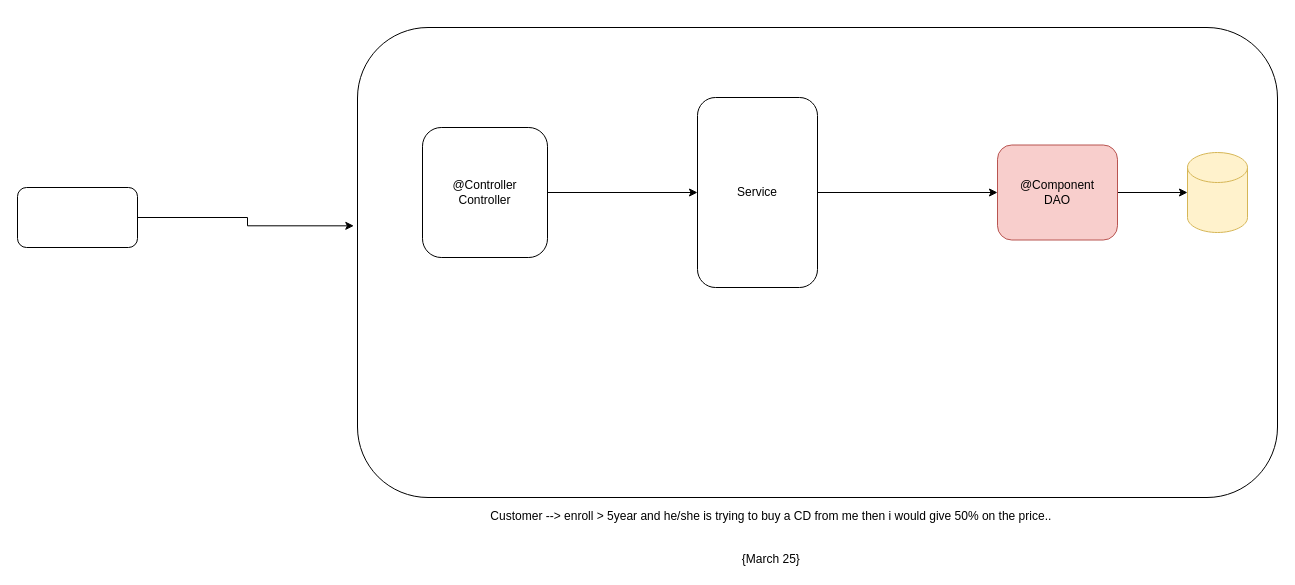
jayramrout/batch35 keeps this draw.io diagram as page "MVC" (11 of 19) of Batch35_Draw.io.drawio. Above is the earlier version. Source tidied: cells renumbered, new cells numbered last; positions are measured from the earlier drawing's top-left corner, leaving out a move shared by most shapes. Both pictures are drawn from the tidied source at 100%, with x=0, y=0 at pixel (17, 27).
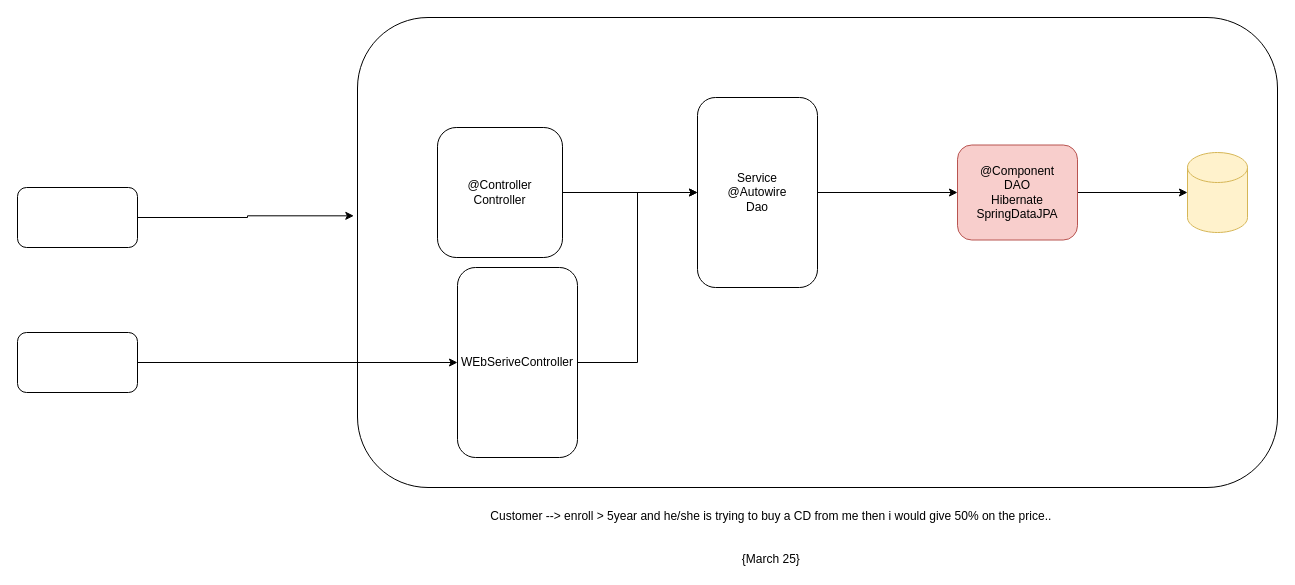
The same diagram, later.

Diff of the diagram source:
```diff
@@
 <mxGraphModel>
   <root>
     <mxCell id="0" />
     <mxCell id="1" parent="0" />
     <mxCell id="2" style="rounded=1;whiteSpace=wrap;html=1;" parent="1" vertex="1">
-      <mxGeometry x="340" width="920" height="470" as="geometry" />
+      <mxGeometry x="340" y="-10" width="920" height="470" as="geometry" />
     </mxCell>
     <mxCell id="3" style="edgeStyle=orthogonalEdgeStyle;rounded=0;jettySize=auto;html=1;entryX=-0.004;entryY=0.422;entryDx=0;entryDy=0;entryPerimeter=0;" parent="1" edge="1" source="4" target="2">
       <mxGeometry relative="1" as="geometry" />
     </mxCell>
     <mxCell id="4" style="rounded=1;whiteSpace=wrap;html=1;" parent="1" vertex="1">
       <mxGeometry y="160" width="120" height="60" as="geometry" />
     </mxCell>
     <mxCell id="5" style="edgeStyle=orthogonalEdgeStyle;rounded=0;jettySize=auto;html=1;entryX=0;entryY=0.5;entryDx=0;entryDy=0;" parent="1" edge="1" source="6" target="11">
       <mxGeometry relative="1" as="geometry" />
     </mxCell>
     <mxCell id="6" value="@Controller&lt;br&gt;Controller&lt;br&gt;" style="rounded=1;whiteSpace=wrap;html=1;" parent="1" vertex="1">
-      <mxGeometry x="405" y="100" width="125" height="130" as="geometry" />
+      <mxGeometry x="420" y="100" width="125" height="130" as="geometry" />
     </mxCell>
     <mxCell id="7" style="shape=cylinder2;whiteSpace=wrap;html=1;boundedLbl=1;backgroundOutline=1;size=15;fillColor=#fff2cc;strokeColor=#d6b656;" parent="1" vertex="1">
       <mxGeometry x="1170" y="125" width="60" height="80" as="geometry" />
     </mxCell>
     <mxCell id="8" style="edgeStyle=orthogonalEdgeStyle;rounded=0;jettySize=auto;html=1;" parent="1" edge="1" source="9" target="7">
       <mxGeometry relative="1" as="geometry" />
     </mxCell>
-    <mxCell id="9" value="@Component&lt;br&gt;DAO" style="rounded=1;whiteSpace=wrap;html=1;fillColor=#f8cecc;strokeColor=#b85450;" parent="1" vertex="1">
-      <mxGeometry x="980" y="117.5" width="120" height="95" as="geometry" />
+    <mxCell id="9" value="@Component&lt;br&gt;DAO&lt;br&gt;Hibernate&lt;br&gt;SpringDataJPA" style="rounded=1;whiteSpace=wrap;html=1;fillColor=#f8cecc;strokeColor=#b85450;" parent="1" vertex="1">
+      <mxGeometry x="940" y="117.5" width="120" height="95" as="geometry" />
     </mxCell>
     <mxCell id="10" style="edgeStyle=orthogonalEdgeStyle;rounded=0;jettySize=auto;html=1;" parent="1" edge="1" source="11" target="9">
       <mxGeometry relative="1" as="geometry" />
     </mxCell>
-    <mxCell id="11" value="Service" style="rounded=1;whiteSpace=wrap;html=1;" parent="1" vertex="1">
+    <mxCell id="11" value="Service&lt;br&gt;@Autowire&lt;br&gt;Dao" style="rounded=1;whiteSpace=wrap;html=1;" parent="1" vertex="1">
       <mxGeometry x="680" y="70" width="120" height="190" as="geometry" />
     </mxCell>
     <mxCell id="12" value="Customer --&amp;gt; enroll &amp;gt; 5year and he/she is trying to buy a CD from me then i would give 50% on the price..&amp;nbsp;&lt;br&gt;&lt;br&gt;&lt;br&gt;{March 25}&amp;nbsp;" style="text;html=1;align=center;verticalAlign=middle;" parent="1" vertex="1">
       <mxGeometry x="465" y="480" width="580" height="60" as="geometry" />
     </mxCell>
+    <mxCell id="13" style="edgeStyle=orthogonalEdgeStyle;rounded=0;jettySize=auto;html=1;" parent="1" edge="1" source="14" target="11">
+      <mxGeometry relative="1" as="geometry" />
+    </mxCell>
+    <mxCell id="14" value="WEbSeriveController" style="rounded=1;whiteSpace=wrap;html=1;" parent="1" vertex="1">
+      <mxGeometry x="440" y="240" width="120" height="190" as="geometry" />
+    </mxCell>
+    <mxCell id="15" style="edgeStyle=orthogonalEdgeStyle;rounded=0;jettySize=auto;html=1;" parent="1" edge="1" source="16" target="14">
+      <mxGeometry relative="1" as="geometry" />
+    </mxCell>
+    <mxCell id="16" style="rounded=1;whiteSpace=wrap;html=1;" parent="1" vertex="1">
+      <mxGeometry y="305" width="120" height="60" as="geometry" />
+    </mxCell>
   </root>
 </mxGraphModel>
```
